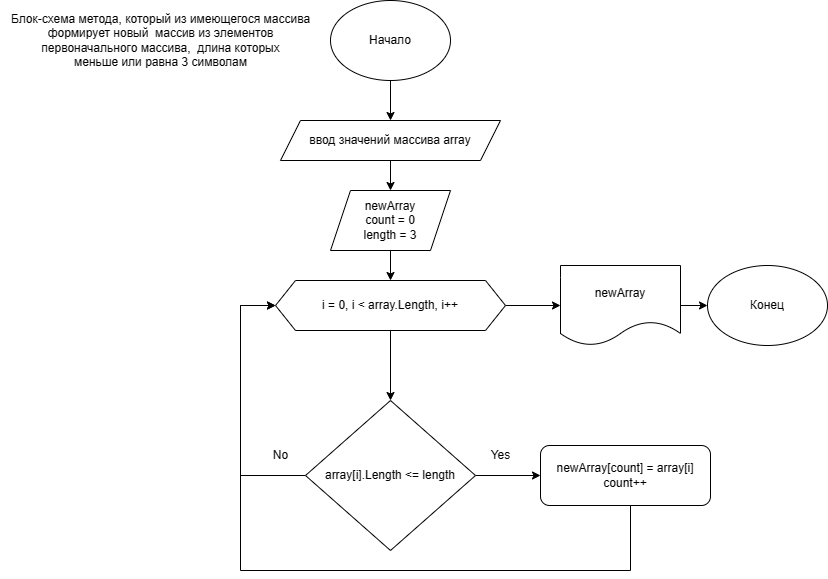
Above: Diagram.png in Sfairat/First_Quarter_Final_Homework (draw.io), before the change. Source tidied: cells renumbered, new cells last; positions are measured from the earlier drawing's top-left corner, leaving out a move shared by most shapes. Its diagram source:
```xml
<mxGraphModel>
  <root>
    <mxCell id="0" />
    <mxCell id="1" parent="0" />
    <mxCell id="2" style="edgeStyle=orthogonalEdgeStyle;rounded=0;jettySize=auto;html=1;" parent="1" edge="1" source="3" target="5">
      <mxGeometry relative="1" as="geometry" />
    </mxCell>
    <mxCell id="3" value="Начало" style="ellipse;whiteSpace=wrap;html=1;" parent="1" vertex="1">
      <mxGeometry x="330" width="120" height="80" as="geometry" />
    </mxCell>
    <mxCell id="4" style="edgeStyle=orthogonalEdgeStyle;rounded=0;jettySize=auto;html=1;" parent="1" edge="1" source="5" target="20">
      <mxGeometry relative="1" as="geometry" />
    </mxCell>
    <mxCell id="5" value="ввод значений массива array" style="shape=parallelogram;perimeter=parallelogramPerimeter;whiteSpace=wrap;html=1;fixedSize=1;" parent="1" vertex="1">
      <mxGeometry x="280" y="120" width="220" height="40" as="geometry" />
    </mxCell>
    <mxCell id="6" style="edgeStyle=orthogonalEdgeStyle;rounded=0;jettySize=auto;html=1;" parent="1" edge="1" source="8" target="11">
      <mxGeometry relative="1" as="geometry" />
    </mxCell>
    <mxCell id="7" style="edgeStyle=orthogonalEdgeStyle;rounded=0;jettySize=auto;html=1;" parent="1" edge="1" source="8" target="17">
      <mxGeometry relative="1" as="geometry" />
    </mxCell>
    <mxCell id="8" value="i = 0, i &amp;lt; array.Length, i++" style="shape=hexagon;perimeter=hexagonPerimeter2;whiteSpace=wrap;html=1;fixedSize=1;" parent="1" vertex="1">
      <mxGeometry x="275" y="280" width="230" height="50" as="geometry" />
    </mxCell>
    <mxCell id="9" style="edgeStyle=orthogonalEdgeStyle;rounded=0;jettySize=auto;html=1;" parent="1" edge="1" source="11" target="13">
      <mxGeometry relative="1" as="geometry" />
    </mxCell>
    <mxCell id="10" style="edgeStyle=orthogonalEdgeStyle;rounded=0;jettySize=auto;html=1;exitX=0;exitY=0.5;exitDx=0;exitDy=0;entryX=0;entryY=0.5;entryDx=0;entryDy=0;" parent="1" edge="1" source="11" target="8">
      <mxGeometry relative="1" as="geometry">
        <Array as="points">
          <mxPoint x="240" y="475" />
          <mxPoint x="240" y="305" />
        </Array>
      </mxGeometry>
    </mxCell>
    <mxCell id="11" value="array[i].Length &amp;lt;= length" style="rhombus;whiteSpace=wrap;html=1;" parent="1" vertex="1">
      <mxGeometry x="305" y="400" width="170" height="150" as="geometry" />
    </mxCell>
    <mxCell id="12" style="edgeStyle=orthogonalEdgeStyle;rounded=0;jettySize=auto;html=1;exitX=0.5;exitY=1;exitDx=0;exitDy=0;entryX=0;entryY=0.5;entryDx=0;entryDy=0;" parent="1" edge="1" source="13" target="8">
      <mxGeometry relative="1" as="geometry">
        <Array as="points">
          <mxPoint x="625" y="455" />
          <mxPoint x="630" y="455" />
          <mxPoint x="630" y="570" />
          <mxPoint x="240" y="570" />
          <mxPoint x="240" y="305" />
        </Array>
      </mxGeometry>
    </mxCell>
    <mxCell id="13" value="newArray[count] = array[i]&lt;br&gt;count++" style="rounded=1;whiteSpace=wrap;html=1;" parent="1" vertex="1">
      <mxGeometry x="540" y="445" width="170" height="60" as="geometry" />
    </mxCell>
    <mxCell id="14" value="Yes" style="text;html=1;align=center;verticalAlign=middle;strokeColor=none;fillColor=none;" parent="1" vertex="1">
      <mxGeometry x="480" y="440" width="40" height="30" as="geometry" />
    </mxCell>
    <mxCell id="15" value="No" style="text;html=1;align=center;verticalAlign=middle;strokeColor=none;fillColor=none;" parent="1" vertex="1">
      <mxGeometry x="260" y="440" width="40" height="30" as="geometry" />
    </mxCell>
    <mxCell id="16" style="edgeStyle=orthogonalEdgeStyle;rounded=0;jettySize=auto;html=1;" parent="1" edge="1" source="17" target="18">
      <mxGeometry relative="1" as="geometry" />
    </mxCell>
    <mxCell id="17" value="newArray" style="shape=document;whiteSpace=wrap;html=1;boundedLbl=1;" parent="1" vertex="1">
      <mxGeometry x="560" y="265" width="120" height="80" as="geometry" />
    </mxCell>
    <mxCell id="18" value="Конец" style="ellipse;whiteSpace=wrap;html=1;" parent="1" vertex="1">
      <mxGeometry x="707" y="265" width="120" height="80" as="geometry" />
    </mxCell>
    <mxCell id="19" style="edgeStyle=orthogonalEdgeStyle;rounded=0;jettySize=auto;html=1;" parent="1" edge="1" source="20" target="8">
      <mxGeometry relative="1" as="geometry" />
    </mxCell>
    <mxCell id="20" value="newArray&lt;br&gt;count = 0&lt;br style=&quot;border-color: var(--border-color);&quot;&gt;length = 3&lt;br&gt;" style="shape=parallelogram;perimeter=parallelogramPerimeter;whiteSpace=wrap;html=1;fixedSize=1;" parent="1" vertex="1">
      <mxGeometry x="330" y="190" width="120" height="60" as="geometry" />
    </mxCell>
    <mxCell id="21" value="Блок-схема метода, который из имеющегося массива &lt;br&gt;формирует новый&amp;nbsp; массив из элементов &lt;br&gt;первоначального массива,&amp;nbsp; длина которых &lt;br&gt;меньше или равна 3 символам" style="text;html=1;align=center;verticalAlign=middle;strokeColor=none;fillColor=none;" parent="1" vertex="1">
      <mxGeometry y="5" width="320" height="70" as="geometry" />
    </mxCell>
  </root>
</mxGraphModel>
```
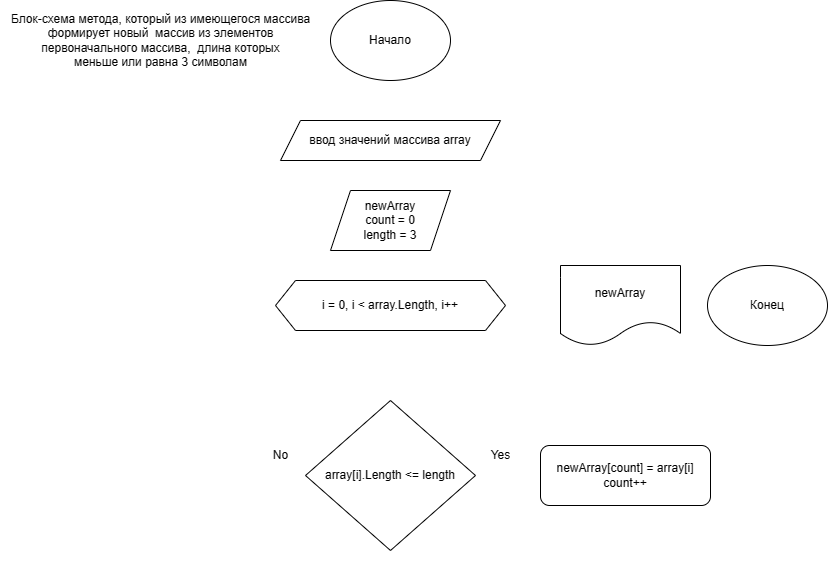
Above is the later version.

Diff of the diagram source:
```diff
@@ -2,31 +2,31 @@
   <root>
     <mxCell id="0" />
     <mxCell id="1" parent="0" />
-    <mxCell id="2" style="edgeStyle=orthogonalEdgeStyle;rounded=0;jettySize=auto;html=1;" parent="1" edge="1" source="3" target="5">
+    <mxCell id="2" style="edgeStyle=orthogonalEdgeStyle;rounded=0;jettySize=auto;html=1;strokeColor=#FFFFFF;" parent="1" edge="1" source="3" target="5">
       <mxGeometry relative="1" as="geometry" />
     </mxCell>
     <mxCell id="3" value="Начало" style="ellipse;whiteSpace=wrap;html=1;" parent="1" vertex="1">
       <mxGeometry x="330" width="120" height="80" as="geometry" />
     </mxCell>
-    <mxCell id="4" style="edgeStyle=orthogonalEdgeStyle;rounded=0;jettySize=auto;html=1;" parent="1" edge="1" source="5" target="20">
+    <mxCell id="4" style="edgeStyle=orthogonalEdgeStyle;rounded=0;jettySize=auto;html=1;strokeColor=#FFFFFF;" parent="1" edge="1" source="5" target="20">
       <mxGeometry relative="1" as="geometry" />
     </mxCell>
     <mxCell id="5" value="ввод значений массива array" style="shape=parallelogram;perimeter=parallelogramPerimeter;whiteSpace=wrap;html=1;fixedSize=1;" parent="1" vertex="1">
       <mxGeometry x="280" y="120" width="220" height="40" as="geometry" />
     </mxCell>
-    <mxCell id="6" style="edgeStyle=orthogonalEdgeStyle;rounded=0;jettySize=auto;html=1;" parent="1" edge="1" source="8" target="11">
+    <mxCell id="6" style="edgeStyle=orthogonalEdgeStyle;rounded=0;jettySize=auto;html=1;strokeColor=#FFFFFF;" parent="1" edge="1" source="8" target="11">
       <mxGeometry relative="1" as="geometry" />
     </mxCell>
-    <mxCell id="7" style="edgeStyle=orthogonalEdgeStyle;rounded=0;jettySize=auto;html=1;" parent="1" edge="1" source="8" target="17">
+    <mxCell id="7" style="edgeStyle=orthogonalEdgeStyle;rounded=0;jettySize=auto;html=1;strokeColor=#FFFFFF;" parent="1" edge="1" source="8" target="17">
       <mxGeometry relative="1" as="geometry" />
     </mxCell>
     <mxCell id="8" value="i = 0, i &amp;lt; array.Length, i++" style="shape=hexagon;perimeter=hexagonPerimeter2;whiteSpace=wrap;html=1;fixedSize=1;" parent="1" vertex="1">
       <mxGeometry x="275" y="280" width="230" height="50" as="geometry" />
     </mxCell>
-    <mxCell id="9" style="edgeStyle=orthogonalEdgeStyle;rounded=0;jettySize=auto;html=1;" parent="1" edge="1" source="11" target="13">
+    <mxCell id="9" style="edgeStyle=orthogonalEdgeStyle;rounded=0;jettySize=auto;html=1;strokeColor=#FFFFFF;" parent="1" edge="1" source="11" target="13">
       <mxGeometry relative="1" as="geometry" />
     </mxCell>
-    <mxCell id="10" style="edgeStyle=orthogonalEdgeStyle;rounded=0;jettySize=auto;html=1;exitX=0;exitY=0.5;exitDx=0;exitDy=0;entryX=0;entryY=0.5;entryDx=0;entryDy=0;" parent="1" edge="1" source="11" target="8">
+    <mxCell id="10" style="edgeStyle=orthogonalEdgeStyle;rounded=0;jettySize=auto;html=1;exitX=0;exitY=0.5;exitDx=0;exitDy=0;entryX=0;entryY=0.5;entryDx=0;entryDy=0;strokeColor=#FFFFFF;" parent="1" edge="1" source="11" target="8">
       <mxGeometry relative="1" as="geometry">
         <Array as="points">
           <mxPoint x="240" y="475" />
@@ -37,7 +37,7 @@
     <mxCell id="11" value="array[i].Length &amp;lt;= length" style="rhombus;whiteSpace=wrap;html=1;" parent="1" vertex="1">
       <mxGeometry x="305" y="400" width="170" height="150" as="geometry" />
     </mxCell>
-    <mxCell id="12" style="edgeStyle=orthogonalEdgeStyle;rounded=0;jettySize=auto;html=1;exitX=0.5;exitY=1;exitDx=0;exitDy=0;entryX=0;entryY=0.5;entryDx=0;entryDy=0;" parent="1" edge="1" source="13" target="8">
+    <mxCell id="12" style="edgeStyle=orthogonalEdgeStyle;rounded=0;jettySize=auto;html=1;exitX=0.5;exitY=1;exitDx=0;exitDy=0;entryX=0;entryY=0.5;entryDx=0;entryDy=0;strokeColor=#FFFFFF;" parent="1" edge="1" source="13" target="8">
       <mxGeometry relative="1" as="geometry">
         <Array as="points">
           <mxPoint x="625" y="455" />
@@ -51,13 +51,13 @@
     <mxCell id="13" value="newArray[count] = array[i]&lt;br&gt;count++" style="rounded=1;whiteSpace=wrap;html=1;" parent="1" vertex="1">
       <mxGeometry x="540" y="445" width="170" height="60" as="geometry" />
     </mxCell>
-    <mxCell id="14" value="Yes" style="text;html=1;align=center;verticalAlign=middle;strokeColor=none;fillColor=none;" parent="1" vertex="1">
+    <mxCell id="14" value="Yes" style="text;html=1;align=center;verticalAlign=middle;strokeColor=none;fillColor=default;" parent="1" vertex="1">
       <mxGeometry x="480" y="440" width="40" height="30" as="geometry" />
     </mxCell>
-    <mxCell id="15" value="No" style="text;html=1;align=center;verticalAlign=middle;strokeColor=none;fillColor=none;" parent="1" vertex="1">
+    <mxCell id="15" value="No" style="text;html=1;align=center;verticalAlign=middle;strokeColor=none;fillColor=default;" parent="1" vertex="1">
       <mxGeometry x="260" y="440" width="40" height="30" as="geometry" />
     </mxCell>
-    <mxCell id="16" style="edgeStyle=orthogonalEdgeStyle;rounded=0;jettySize=auto;html=1;" parent="1" edge="1" source="17" target="18">
+    <mxCell id="16" style="edgeStyle=orthogonalEdgeStyle;rounded=0;jettySize=auto;html=1;strokeColor=#FFFFFF;" parent="1" edge="1" source="17" target="18">
       <mxGeometry relative="1" as="geometry" />
     </mxCell>
     <mxCell id="17" value="newArray" style="shape=document;whiteSpace=wrap;html=1;boundedLbl=1;" parent="1" vertex="1">
@@ -66,13 +66,13 @@
     <mxCell id="18" value="Конец" style="ellipse;whiteSpace=wrap;html=1;" parent="1" vertex="1">
       <mxGeometry x="707" y="265" width="120" height="80" as="geometry" />
     </mxCell>
-    <mxCell id="19" style="edgeStyle=orthogonalEdgeStyle;rounded=0;jettySize=auto;html=1;" parent="1" edge="1" source="20" target="8">
+    <mxCell id="19" style="edgeStyle=orthogonalEdgeStyle;rounded=0;jettySize=auto;html=1;strokeColor=#FFFFFF;" parent="1" edge="1" source="20" target="8">
       <mxGeometry relative="1" as="geometry" />
     </mxCell>
     <mxCell id="20" value="newArray&lt;br&gt;count = 0&lt;br style=&quot;border-color: var(--border-color);&quot;&gt;length = 3&lt;br&gt;" style="shape=parallelogram;perimeter=parallelogramPerimeter;whiteSpace=wrap;html=1;fixedSize=1;" parent="1" vertex="1">
       <mxGeometry x="330" y="190" width="120" height="60" as="geometry" />
     </mxCell>
-    <mxCell id="21" value="Блок-схема метода, который из имеющегося массива &lt;br&gt;формирует новый&amp;nbsp; массив из элементов &lt;br&gt;первоначального массива,&amp;nbsp; длина которых &lt;br&gt;меньше или равна 3 символам" style="text;html=1;align=center;verticalAlign=middle;strokeColor=none;fillColor=none;" parent="1" vertex="1">
+    <mxCell id="21" value="Блок-схема метода, который из имеющегося массива &lt;br&gt;формирует новый&amp;nbsp; массив из элементов &lt;br&gt;первоначального массива,&amp;nbsp; длина которых &lt;br&gt;меньше или равна 3 символам" style="text;html=1;align=center;verticalAlign=middle;fillColor=default;" parent="1" vertex="1">
       <mxGeometry y="5" width="320" height="70" as="geometry" />
     </mxCell>
   </root>
```
